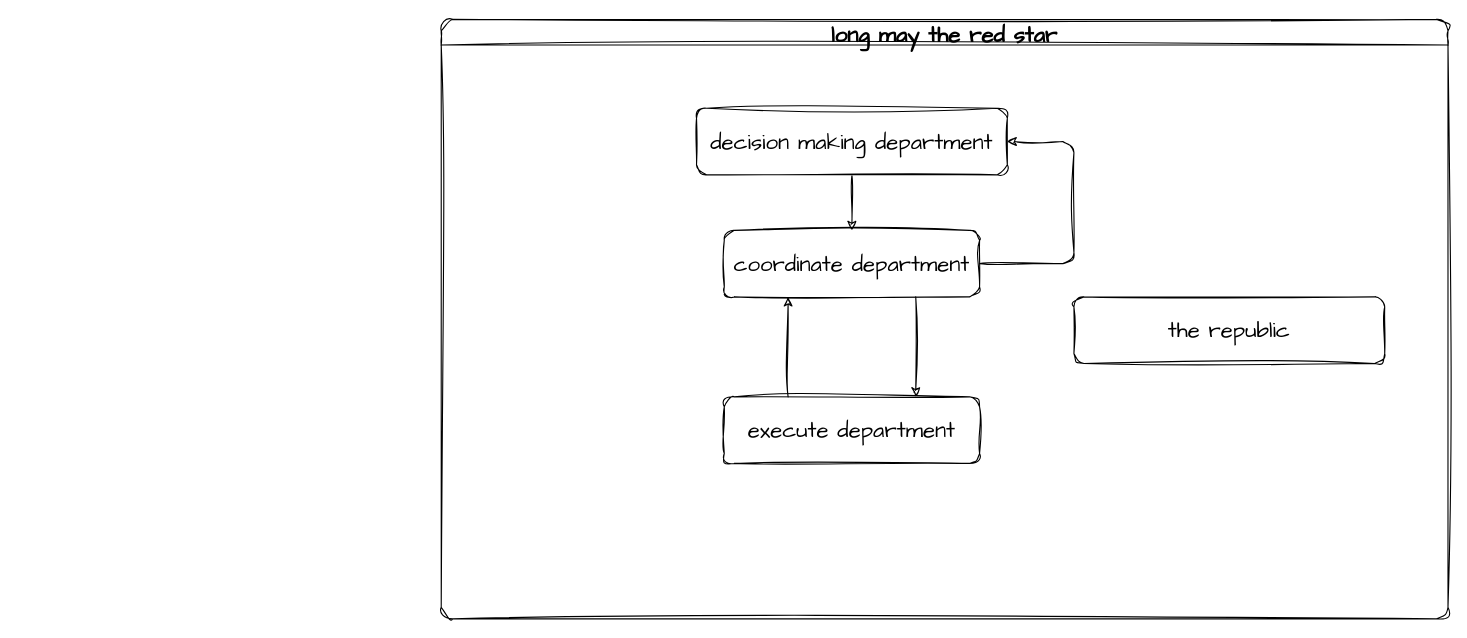
This is long_may_the_redstar.drawio from changye01/darwio, a draw.io file, before an edit. Source tidied: cells renumbered, new cells numbered last; positions are measured from the earlier drawing's top-left corner, leaving out a move shared by most shapes. Both pictures are drawn from the tidied source at 111%, with x=0, y=0 at pixel (441, 19).
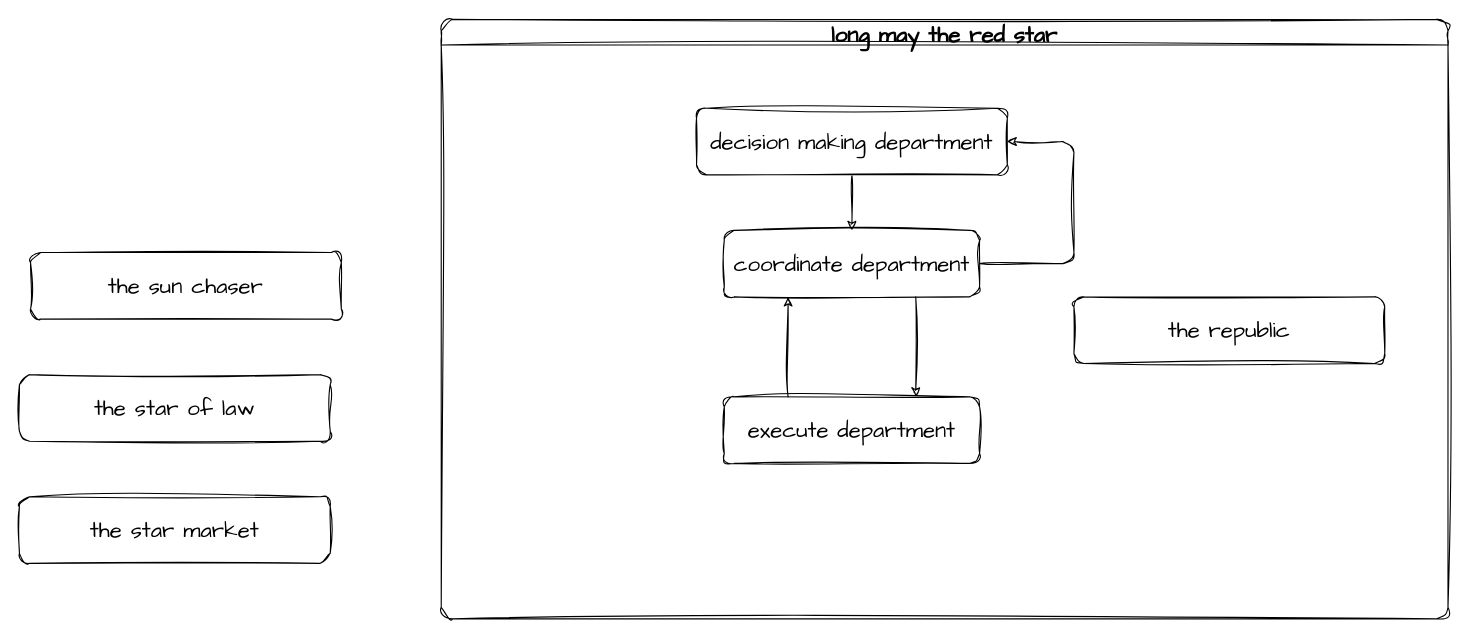
The same diagram, later.

Change to the diagram source:
```diff
@@
 <mxGraphModel>
   <root>
     <mxCell id="0" />
     <mxCell id="1" parent="0" />
     <mxCell id="2" value="long may the red star" style="swimlane;sketch=1;hachureGap=4;jiggle=2;curveFitting=1;fontFamily=Architects Daughter;fontSize=20;rounded=1;" parent="1" vertex="1">
       <mxGeometry width="907" height="540" as="geometry" />
     </mxCell>
     <mxCell id="3" style="edgeStyle=elbowEdgeStyle;rounded=1;sketch=1;hachureGap=4;jiggle=2;curveFitting=1;jumpStyle=arc;jettySize=auto;elbow=vertical;html=1;startArrow=none;endArrow=classic;strokeColor=default;fontFamily=Architects Daughter;fontSize=16;fillColor=none;endFill=1;" parent="2" edge="1" source="4" target="7">
       <mxGeometry relative="1" as="geometry" />
     </mxCell>
     <mxCell id="4" value="decision making department" style="whiteSpace=wrap;html=1;align=center;newEdgeStyle={&quot;edgeStyle&quot;:&quot;elbowEdgeStyle&quot;,&quot;startArrow&quot;:&quot;none&quot;,&quot;endArrow&quot;:&quot;none&quot;};sketch=1;hachureGap=4;jiggle=2;curveFitting=1;fontFamily=Architects Daughter;fontSize=20;rounded=1;" parent="2" vertex="1">
       <mxGeometry x="230" y="80" width="280" height="60" as="geometry" />
     </mxCell>
     <mxCell id="5" style="edgeStyle=elbowEdgeStyle;rounded=1;sketch=1;hachureGap=4;jiggle=2;curveFitting=1;jumpStyle=arc;jettySize=auto;elbow=vertical;html=1;startArrow=none;endArrow=classic;entryX=1;entryY=0.5;entryDx=0;entryDy=0;strokeColor=default;fontFamily=Architects Daughter;fontSize=16;fillColor=none;exitX=1;exitY=0.5;exitDx=0;exitDy=0;endFill=1;" parent="2" edge="1" source="7" target="4">
       <mxGeometry relative="1" as="geometry">
         <Array as="points">
           <mxPoint x="570" y="270" />
         </Array>
       </mxGeometry>
     </mxCell>
     <mxCell id="6" style="edgeStyle=elbowEdgeStyle;rounded=1;sketch=1;hachureGap=4;jiggle=2;curveFitting=1;jumpStyle=arc;jettySize=auto;elbow=vertical;html=1;startArrow=none;endArrow=classic;exitX=0.75;exitY=1;exitDx=0;exitDy=0;entryX=0.75;entryY=0;entryDx=0;entryDy=0;strokeColor=default;fontFamily=Architects Daughter;fontSize=16;fillColor=none;endFill=1;" parent="2" edge="1" source="7" target="9">
       <mxGeometry relative="1" as="geometry" />
     </mxCell>
     <mxCell id="7" value="coordinate department" style="whiteSpace=wrap;html=1;align=center;newEdgeStyle={&quot;edgeStyle&quot;:&quot;elbowEdgeStyle&quot;,&quot;startArrow&quot;:&quot;none&quot;,&quot;endArrow&quot;:&quot;none&quot;};sketch=1;hachureGap=4;jiggle=2;curveFitting=1;fontFamily=Architects Daughter;fontSize=20;rounded=1;" parent="2" vertex="1">
       <mxGeometry x="255" y="190" width="230" height="60" as="geometry" />
     </mxCell>
     <mxCell id="8" style="edgeStyle=elbowEdgeStyle;rounded=1;sketch=1;hachureGap=4;jiggle=2;curveFitting=1;jumpStyle=arc;jettySize=auto;elbow=vertical;html=1;startArrow=none;endArrow=classic;exitX=0.25;exitY=0;exitDx=0;exitDy=0;entryX=0.25;entryY=1;entryDx=0;entryDy=0;strokeColor=default;fontFamily=Architects Daughter;fontSize=16;fillColor=none;endFill=1;" parent="2" edge="1" source="9" target="7">
       <mxGeometry relative="1" as="geometry" />
     </mxCell>
     <mxCell id="9" value="execute department" style="whiteSpace=wrap;html=1;align=center;newEdgeStyle={&quot;edgeStyle&quot;:&quot;elbowEdgeStyle&quot;,&quot;startArrow&quot;:&quot;none&quot;,&quot;endArrow&quot;:&quot;none&quot;};sketch=1;hachureGap=4;jiggle=2;curveFitting=1;fontFamily=Architects Daughter;fontSize=20;rounded=1;" parent="2" vertex="1">
       <mxGeometry x="255" y="340" width="230" height="60" as="geometry" />
     </mxCell>
     <mxCell id="10" value="the republic" style="whiteSpace=wrap;html=1;align=center;newEdgeStyle={&quot;edgeStyle&quot;:&quot;elbowEdgeStyle&quot;,&quot;startArrow&quot;:&quot;none&quot;,&quot;endArrow&quot;:&quot;none&quot;};sketch=1;hachureGap=4;jiggle=2;curveFitting=1;fontFamily=Architects Daughter;fontSize=20;rounded=1;" parent="2" vertex="1">
       <mxGeometry x="570" y="250" width="280" height="60" as="geometry" />
     </mxCell>
+    <mxCell id="11" value="the sun&amp;nbsp;chaser" style="whiteSpace=wrap;html=1;align=center;newEdgeStyle={&quot;edgeStyle&quot;:&quot;elbowEdgeStyle&quot;,&quot;startArrow&quot;:&quot;none&quot;,&quot;endArrow&quot;:&quot;none&quot;};sketch=1;hachureGap=4;jiggle=2;curveFitting=1;fontFamily=Architects Daughter;fontSize=20;rounded=1;" parent="1" vertex="1">
+      <mxGeometry x="-370" y="210" width="280" height="60" as="geometry" />
+    </mxCell>
+    <mxCell id="12" value="the star of law" style="whiteSpace=wrap;html=1;align=center;newEdgeStyle={&quot;edgeStyle&quot;:&quot;elbowEdgeStyle&quot;,&quot;startArrow&quot;:&quot;none&quot;,&quot;endArrow&quot;:&quot;none&quot;};sketch=1;hachureGap=4;jiggle=2;curveFitting=1;fontFamily=Architects Daughter;fontSize=20;rounded=1;" parent="1" vertex="1">
+      <mxGeometry x="-380" y="320" width="280" height="60" as="geometry" />
+    </mxCell>
+    <mxCell id="13" value="the star market" style="whiteSpace=wrap;html=1;align=center;newEdgeStyle={&quot;edgeStyle&quot;:&quot;elbowEdgeStyle&quot;,&quot;startArrow&quot;:&quot;none&quot;,&quot;endArrow&quot;:&quot;none&quot;};sketch=1;hachureGap=4;jiggle=2;curveFitting=1;fontFamily=Architects Daughter;fontSize=20;rounded=1;" parent="1" vertex="1">
+      <mxGeometry x="-380" y="430" width="280" height="60" as="geometry" />
+    </mxCell>
   </root>
 </mxGraphModel>
```
